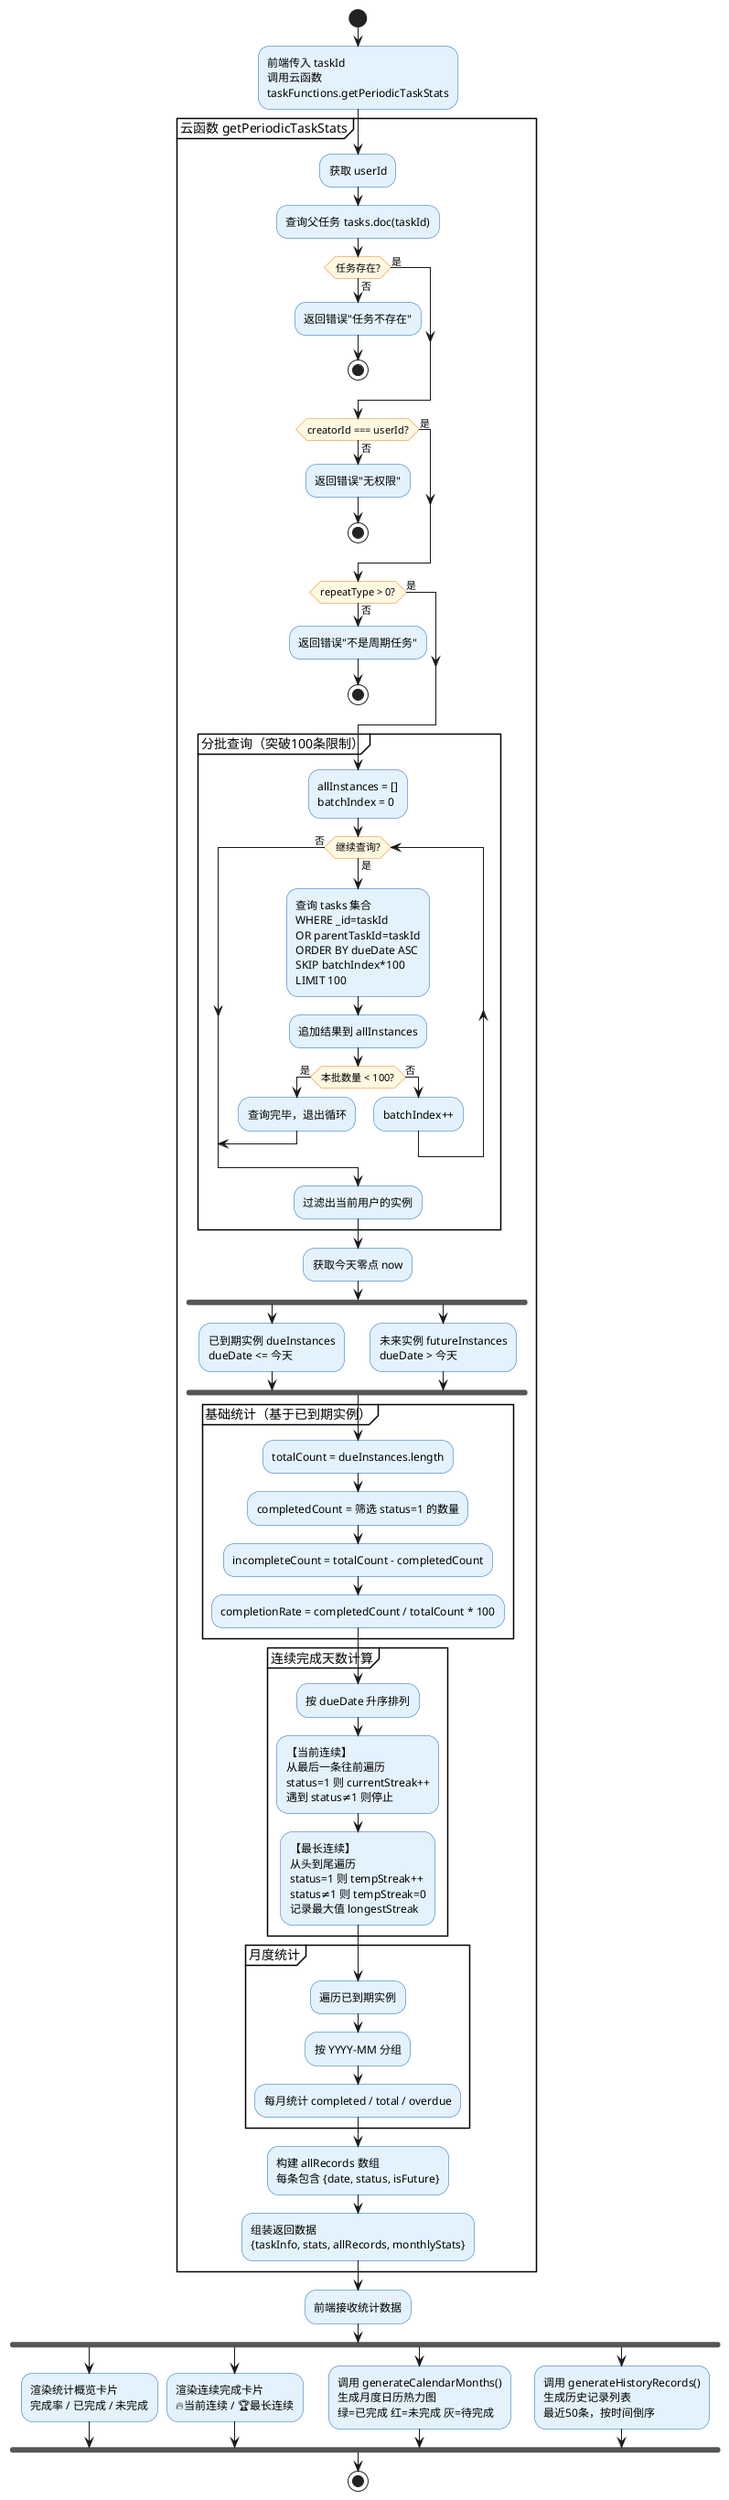
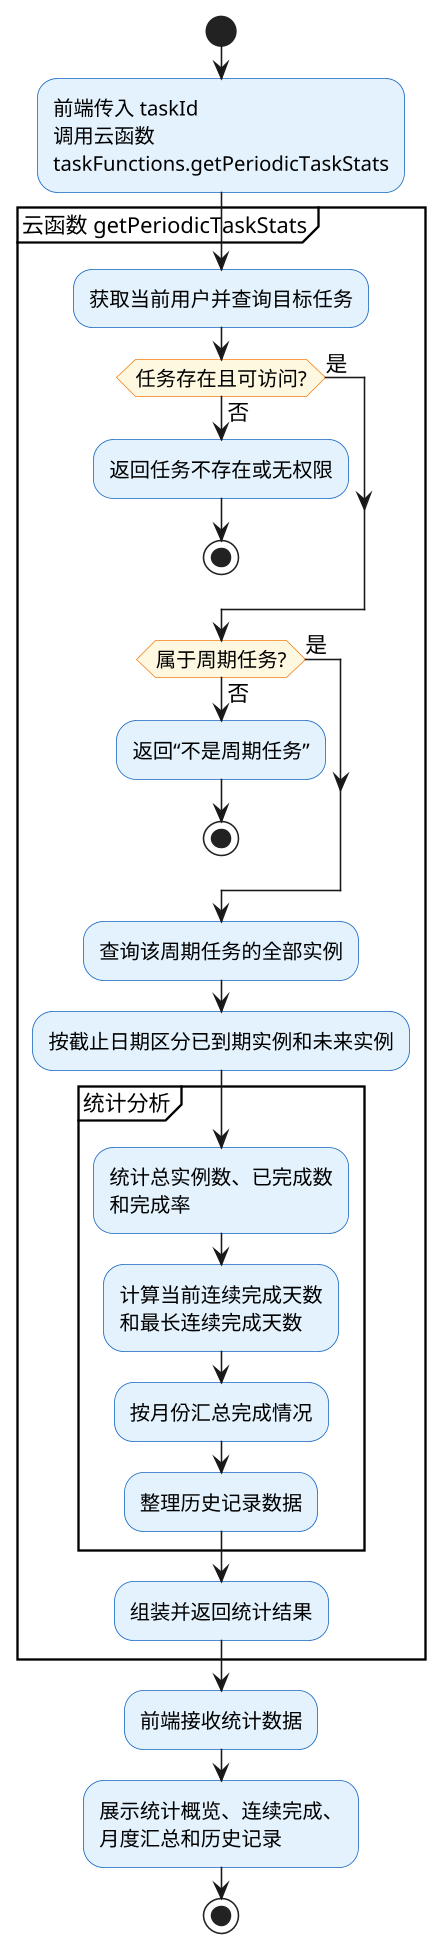
@startuml 周期任务统计流程图
' 图5.21 周期任务统计流程图
' 渲染：复制到 https://www.plantuml.com/plantuml/uml

skinparam activity {
  BackgroundColor #E3F2FD
  BorderColor #1565C0
  DiamondBackgroundColor #FFF8E1
  DiamondBorderColor #F57F17
}

+ skinparam defaultFontSize 14
+ skinparam activityFontSize 13
+ skinparam dpi 150
+ 
start

:前端传入 taskId\n调用云函数\ntaskFunctions.getPeriodicTaskStats;

partition "云函数 getPeriodicTaskStats" {

-   :获取 userId;
-   :查询父任务 tasks.doc(taskId);
+   :获取当前用户并查询目标任务;

-   if (任务存在?) then (是)
+   if (任务存在且可访问?) then (是)
  else (否)
-     :返回错误"任务不存在";
+     :返回任务不存在或无权限;
    stop
  endif

-   if (creatorId === userId?) then (是)
+   if (属于周期任务?) then (是)
  else (否)
-     :返回错误"无权限";
+     :返回“不是周期任务”;
    stop
  endif

-   if (repeatType > 0?) then (是)
-   else (否)
-     :返回错误"不是周期任务";
-     stop
-   endif
+   :查询该周期任务的全部实例;
+   :按截止日期区分已到期实例和未来实例;

-   ' ===== 分批查询所有实例 =====
-   partition "分批查询（突破100条限制）" {
-     :allInstances = []\nbatchIndex = 0;
- 
-     while (继续查询?) is (是)
-       :查询 tasks 集合\nWHERE _id=taskId\nOR parentTaskId=taskId\nORDER BY dueDate ASC\nSKIP batchIndex*100\nLIMIT 100;
-       :追加结果到 allInstances;
-       if (本批数量 < 100?) then (是)
-         :查询完毕，退出循环;
-         break
-       else (否)
-         :batchIndex++;
-       endif
-     endwhile (否)
- 
-     :过滤出当前用户的实例;
+   partition "统计分析" {
+     :统计总实例数、已完成数\n和完成率;
+     :计算当前连续完成天数\n和最长连续完成天数;
+     :按月份汇总完成情况;
+     :整理历史记录数据;
  }

-   ' ===== 分组 =====
-   :获取今天零点 now;
- 
-   fork
-     :已到期实例 dueInstances\ndueDate <= 今天;
-   fork again
-     :未来实例 futureInstances\ndueDate > 今天;
-   end fork
- 
-   ' ===== 基础统计 =====
-   partition "基础统计（基于已到期实例）" {
-     :totalCount = dueInstances.length;
-     :completedCount = 筛选 status=1 的数量;
-     :incompleteCount = totalCount - completedCount;
-     :completionRate = completedCount / totalCount * 100;
-   }
- 
-   ' ===== 连续完成天数 =====
-   partition "连续完成天数计算" {
-     :按 dueDate 升序排列;
- 
-     :【当前连续】\n从最后一条往前遍历\nstatus=1 则 currentStreak++\n遇到 status≠1 则停止;
- 
-     :【最长连续】\n从头到尾遍历\nstatus=1 则 tempStreak++\nstatus≠1 则 tempStreak=0\n记录最大值 longestStreak;
-   }
- 
-   ' ===== 月度统计 =====
-   partition "月度统计" {
-     :遍历已到期实例;
-     :按 YYYY-MM 分组;
-     :每月统计 completed / total / overdue;
-   }
- 
-   ' ===== 构建记录 =====
-   :构建 allRecords 数组\n每条包含 {date, status, isFuture};
- 
-   :组装返回数据\n{taskInfo, stats, allRecords, monthlyStats};
+   :组装并返回统计结果;
}

- ' ===== 前端渲染 =====
:前端接收统计数据;

- fork
-   :渲染统计概览卡片\n完成率 / 已完成 / 未完成;
- fork again
-   :渲染连续完成卡片\n🔥当前连续 / 🏆最长连续;
- fork again
-   :调用 generateCalendarMonths()\n生成月度日历热力图\n绿=已完成 红=未完成 灰=待完成;
- fork again
-   :调用 generateHistoryRecords()\n生成历史记录列表\n最近50条，按时间倒序;
- end fork
+ :展示统计概览、连续完成、\n月度汇总和历史记录;

stop

@enduml
